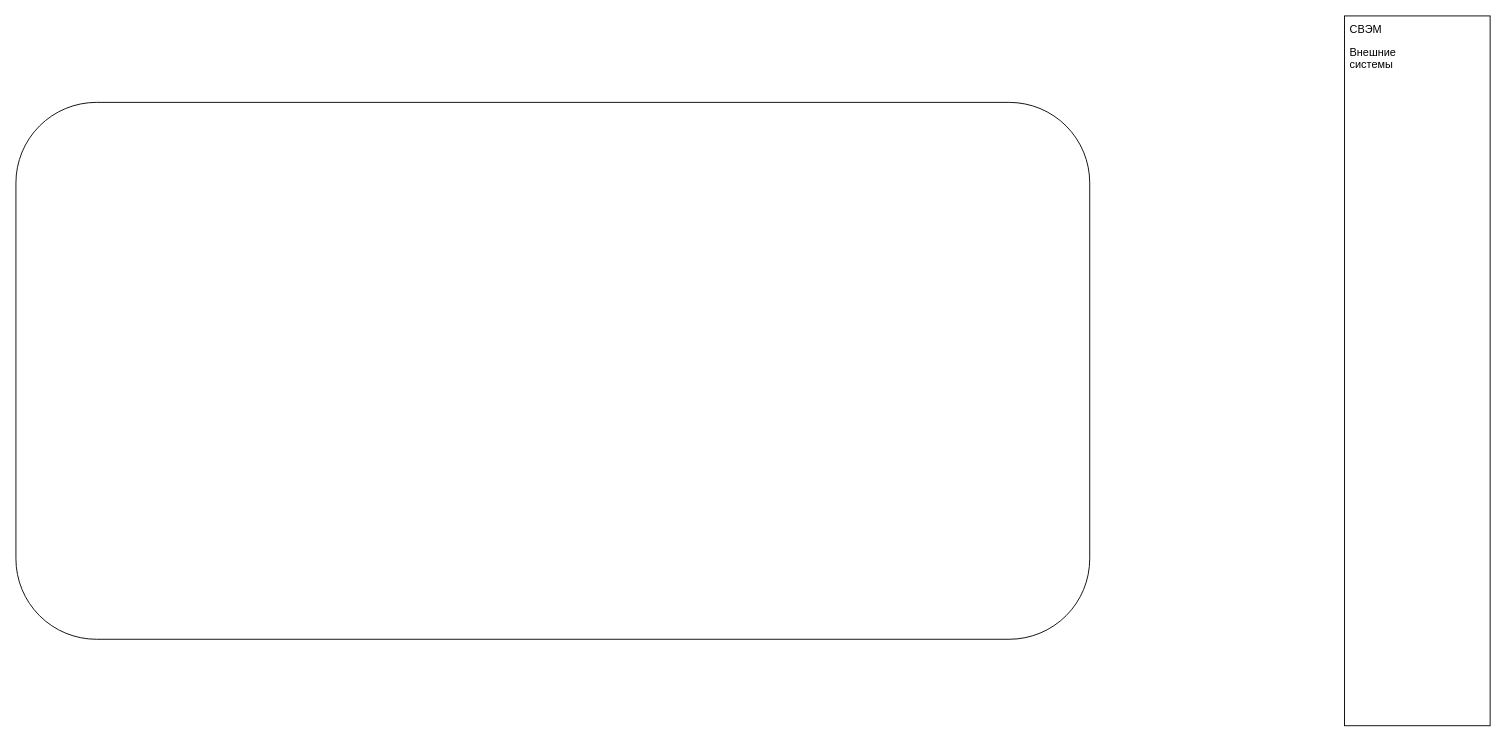
The draw.io diagram Диаграмма без названия.drawio in Deadnius/Architecture, before the edit. Source tidied: cells renumbered, new cells numbered last; positions are measured from the earlier drawing's top-left corner, leaving out a move shared by most shapes. Both pictures are drawn from the tidied source at 91%, with x=0, y=0 at pixel (15, 15).
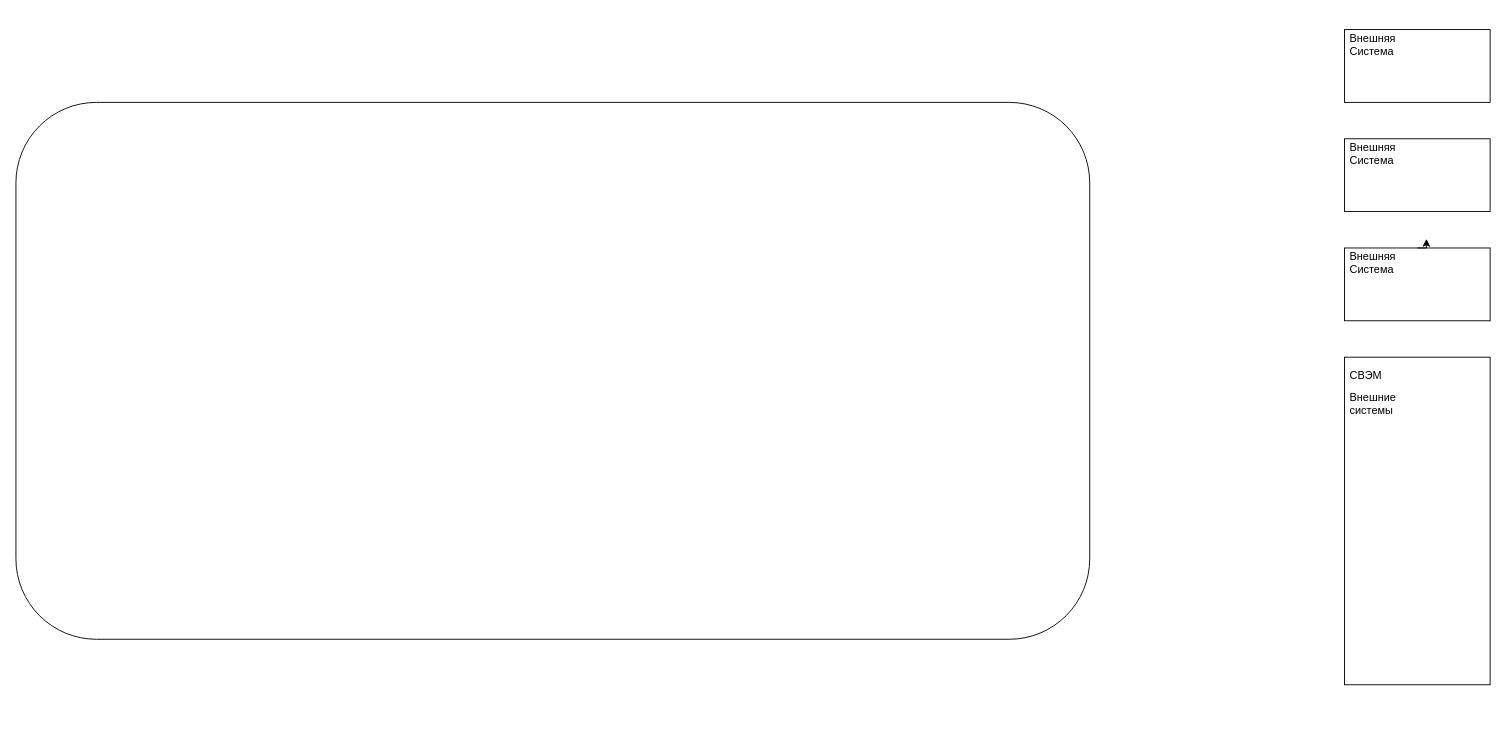
The same page after the edit.

Change to the diagram source:
```diff
@@
 <mxGraphModel>
   <root>
     <mxCell id="0" />
     <mxCell id="1" parent="0" />
     <mxCell id="2" style="rounded=1;whiteSpace=wrap;html=1;fillColor=none;" parent="1" vertex="1">
       <mxGeometry y="95" width="1180" height="590" as="geometry" />
     </mxCell>
     <mxCell id="3" style="rounded=0;whiteSpace=wrap;html=1;fillColor=none;" parent="1" vertex="1">
-      <mxGeometry x="1460" width="160" height="780" as="geometry" />
+      <mxGeometry x="1460" y="375" width="160" height="360" as="geometry" />
     </mxCell>
     <mxCell id="4" value="СВЭМ" style="text;strokeColor=none;fillColor=none;align=left;verticalAlign=middle;spacingLeft=4;spacingRight=4;overflow=hidden;whiteSpace=wrap;html=1;" parent="1" vertex="1">
-      <mxGeometry x="1460" width="80" height="30" as="geometry" />
+      <mxGeometry x="1460" y="380" width="80" height="30" as="geometry" />
     </mxCell>
     <mxCell id="5" value="Внешние системы" style="text;strokeColor=none;fillColor=none;align=left;verticalAlign=middle;spacingLeft=4;spacingRight=4;overflow=hidden;whiteSpace=wrap;html=1;" parent="1" vertex="1">
-      <mxGeometry x="1460" y="30" width="80" height="30" as="geometry" />
+      <mxGeometry x="1460" y="410" width="80" height="30" as="geometry" />
     </mxCell>
+    <mxCell id="6" style="edgeStyle=orthogonalEdgeStyle;rounded=0;jettySize=auto;html=1;exitX=0.5;exitY=0;exitDx=0;exitDy=0;" parent="1" edge="1" source="7">
+      <mxGeometry relative="1" as="geometry">
+        <mxPoint x="1550" y="245" as="targetPoint" />
+      </mxGeometry>
+    </mxCell>
+    <mxCell id="7" style="rounded=0;whiteSpace=wrap;html=1;fillColor=none;" parent="1" vertex="1">
+      <mxGeometry x="1460" y="255" width="160" height="80" as="geometry" />
+    </mxCell>
+    <mxCell id="8" style="rounded=0;whiteSpace=wrap;html=1;fillColor=none;" parent="1" vertex="1">
+      <mxGeometry x="1460" y="135" width="160" height="80" as="geometry" />
+    </mxCell>
+    <mxCell id="9" style="rounded=0;whiteSpace=wrap;html=1;fillColor=none;" parent="1" vertex="1">
+      <mxGeometry x="1460" y="15" width="160" height="80" as="geometry" />
+    </mxCell>
+    <mxCell id="10" value="Внешняя Система" style="text;strokeColor=none;fillColor=none;align=left;verticalAlign=middle;spacingLeft=4;spacingRight=4;overflow=hidden;whiteSpace=wrap;html=1;" parent="1" vertex="1">
+      <mxGeometry x="1460" y="255" width="80" height="30" as="geometry" />
+    </mxCell>
+    <mxCell id="11" value="Внешняя Система" style="text;strokeColor=none;fillColor=none;align=left;verticalAlign=middle;spacingLeft=4;spacingRight=4;overflow=hidden;whiteSpace=wrap;html=1;" parent="1" vertex="1">
+      <mxGeometry x="1460" y="135" width="80" height="30" as="geometry" />
+    </mxCell>
+    <mxCell id="12" value="Внешняя Система" style="text;strokeColor=none;fillColor=none;align=left;verticalAlign=middle;spacingLeft=4;spacingRight=4;overflow=hidden;whiteSpace=wrap;html=1;" parent="1" vertex="1">
+      <mxGeometry x="1460" y="15" width="80" height="30" as="geometry" />
+    </mxCell>
   </root>
 </mxGraphModel>
```
